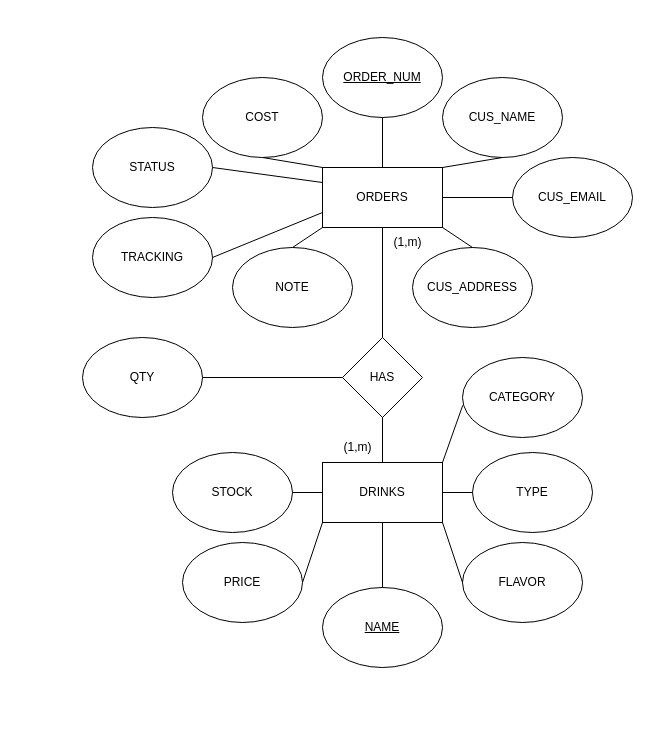
The draw.io diagram docs/WebsiteERDiagram.drawio in 466-team1/OptionalKarmotrine, before the edit. Source tidied: cells renumbered, new cells numbered last; positions are measured from the earlier drawing's top-left corner, leaving out a move shared by most shapes. Both pictures are drawn from the tidied source at 100%, with x=0, y=0 at pixel (82, 37).
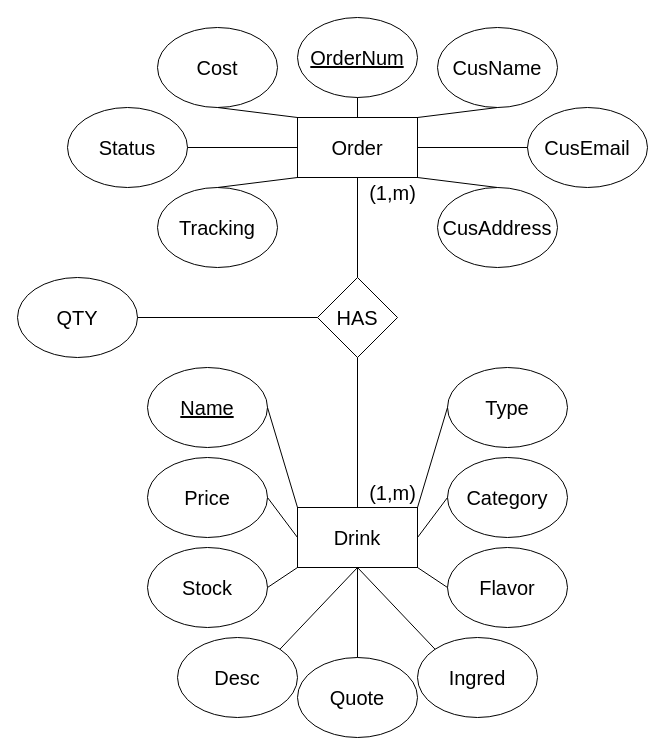
Above is the later version.

Commit message (it also covers changes not shown here):
Update database schema charts

Change to the diagram source:
```diff
@@
-    <mxCell id="2" value="&lt;u&gt;ORDER_NUM&lt;/u&gt;" style="ellipse;whiteSpace=wrap;html=1;" parent="1" vertex="1">
-      <mxGeometry x="240" width="120" height="80" as="geometry" />
+    <mxCell id="2" value="&lt;u style=&quot;font-size: 20px;&quot;&gt;OrderNum&lt;/u&gt;" style="ellipse;whiteSpace=wrap;html=1;fontSize=20;" parent="1" vertex="1">
+      <mxGeometry x="215" y="-20" width="120" height="80" as="geometry" />
     </mxCell>
-    <mxCell id="3" value="ORDERS" style="rounded=0;whiteSpace=wrap;html=1;" parent="1" vertex="1">
-      <mxGeometry x="240" y="130" width="120" height="60" as="geometry" />
+    <mxCell id="3" value="Order" style="rounded=0;whiteSpace=wrap;html=1;fontSize=20;" parent="1" vertex="1">
+      <mxGeometry x="215" y="80" width="120" height="60" as="geometry" />
     </mxCell>
-    <mxCell id="4" value="DRINKS" style="rounded=0;whiteSpace=wrap;html=1;" parent="1" vertex="1">
-      <mxGeometry x="240" y="425" width="120" height="60" as="geometry" />
+    <mxCell id="4" value="Drink" style="rounded=0;whiteSpace=wrap;html=1;fontSize=20;" parent="1" vertex="1">
+      <mxGeometry x="215" y="470" width="120" height="60" as="geometry" />
     </mxCell>
-    <mxCell id="5" value="&lt;u&gt;NAME&lt;/u&gt;" style="ellipse;whiteSpace=wrap;html=1;" parent="1" vertex="1">
-      <mxGeometry x="240" y="550" width="120" height="80" as="geometry" />
+    <mxCell id="5" value="&lt;u style=&quot;font-size: 20px;&quot;&gt;Name&lt;/u&gt;" style="ellipse;whiteSpace=wrap;html=1;fontSize=20;" parent="1" vertex="1">
+      <mxGeometry x="65" y="330" width="120" height="80" as="geometry" />
     </mxCell>
-    <mxCell id="6" style="endArrow=none;html=1;rounded=0;entryX=0;entryY=1;entryDx=0;entryDy=0;exitX=1;exitY=0.5;exitDx=0;exitDy=0;" parent="1" edge="1" source="36" target="4">
+    <mxCell id="6" style="endArrow=none;html=1;rounded=0;exitX=1;exitY=0.5;exitDx=0;exitDy=0;entryX=0;entryY=0;entryDx=0;entryDy=0;fontSize=20;" parent="1" edge="1" source="5" target="4">
       <mxGeometry relative="1" as="geometry" />
     </mxCell>
-    <mxCell id="7" style="endArrow=none;html=1;rounded=0;entryX=0.5;entryY=1;entryDx=0;entryDy=0;exitX=0.5;exitY=0;exitDx=0;exitDy=0;" parent="1" edge="1" source="3" target="2">
+    <mxCell id="7" style="endArrow=none;html=1;rounded=0;entryX=0.5;entryY=1;entryDx=0;entryDy=0;exitX=0.5;exitY=0;exitDx=0;exitDy=0;fontSize=20;" parent="1" edge="1" source="3" target="2">
       <mxGeometry relative="1" as="geometry" />
     </mxCell>
-    <mxCell id="8" value="HAS" style="rhombus;whiteSpace=wrap;html=1;" parent="1" vertex="1">
-      <mxGeometry x="260" y="300" width="80" height="80" as="geometry" />
+    <mxCell id="8" value="HAS" style="rhombus;whiteSpace=wrap;html=1;fontSize=20;" parent="1" vertex="1">
+      <mxGeometry x="235" y="240" width="80" height="80" as="geometry" />
     </mxCell>
-    <mxCell id="9" style="endArrow=none;html=1;rounded=0;entryX=0.5;entryY=1;entryDx=0;entryDy=0;exitX=0.5;exitY=0;exitDx=0;exitDy=0;" parent="1" edge="1" source="8" target="3">
+    <mxCell id="9" style="endArrow=none;html=1;rounded=0;entryX=0.5;entryY=1;entryDx=0;entryDy=0;exitX=0.5;exitY=0;exitDx=0;exitDy=0;fontSize=20;" parent="1" edge="1" source="8" target="3">
       <mxGeometry relative="1" as="geometry" />
     </mxCell>
-    <mxCell id="10" value="CUS_NAME" style="ellipse;whiteSpace=wrap;html=1;" parent="1" vertex="1">
-      <mxGeometry x="360" y="40" width="120" height="80" as="geometry" />
+    <mxCell id="10" value="CusName" style="ellipse;whiteSpace=wrap;html=1;fontSize=20;" parent="1" vertex="1">
+      <mxGeometry x="355" y="-10" width="120" height="80" as="geometry" />
     </mxCell>
-    <mxCell id="11" style="endArrow=none;html=1;rounded=0;entryX=0.5;entryY=1;entryDx=0;entryDy=0;exitX=0.5;exitY=0;exitDx=0;exitDy=0;" parent="1" edge="1" source="4" target="8">
+    <mxCell id="11" style="endArrow=none;html=1;rounded=0;entryX=0.5;entryY=1;entryDx=0;entryDy=0;exitX=0.5;exitY=0;exitDx=0;exitDy=0;fontSize=20;" parent="1" edge="1" source="4" target="8">
       <mxGeometry relative="1" as="geometry" />
     </mxCell>
-    <mxCell id="12" value="(1,m)" style="text;html=1;align=center;verticalAlign=middle;strokeColor=none;fillColor=none;" parent="1" vertex="1">
-      <mxGeometry x="300" y="190" width="50" height="30" as="geometry" />
+    <mxCell id="12" value="(1,m)" style="text;html=1;align=center;verticalAlign=middle;strokeColor=none;fillColor=none;fontSize=20;" parent="1" vertex="1">
+      <mxGeometry x="275" y="135" width="70" height="40" as="geometry" />
     </mxCell>
-    <mxCell id="13" value="(1,m)" style="text;html=1;align=center;verticalAlign=middle;strokeColor=none;fillColor=none;" parent="1" vertex="1">
-      <mxGeometry x="250" y="395" width="50" height="30" as="geometry" />
+    <mxCell id="13" value="(1,m)" style="text;html=1;align=center;verticalAlign=middle;strokeColor=none;fillColor=none;fontSize=20;" parent="1" vertex="1">
+      <mxGeometry x="275" y="435" width="70" height="40" as="geometry" />
     </mxCell>
-    <mxCell id="14" value="COST" style="ellipse;whiteSpace=wrap;html=1;" parent="1" vertex="1">
-      <mxGeometry x="120" y="40" width="120" height="80" as="geometry" />
+    <mxCell id="14" value="Cost" style="ellipse;whiteSpace=wrap;html=1;fontSize=20;" parent="1" vertex="1">
+      <mxGeometry x="75" y="-10" width="120" height="80" as="geometry" />
     </mxCell>
-    <mxCell id="15" value="STATUS" style="ellipse;whiteSpace=wrap;html=1;" parent="1" vertex="1">
-      <mxGeometry x="10" y="90" width="120" height="80" as="geometry" />
+    <mxCell id="15" value="Status" style="ellipse;whiteSpace=wrap;html=1;fontSize=20;" parent="1" vertex="1">
+      <mxGeometry x="-15" y="70" width="120" height="80" as="geometry" />
     </mxCell>
-    <mxCell id="16" style="endArrow=none;html=1;rounded=0;entryX=0;entryY=0.25;entryDx=0;entryDy=0;exitX=1;exitY=0.5;exitDx=0;exitDy=0;" parent="1" edge="1" source="15" target="3">
+    <mxCell id="16" style="endArrow=none;html=1;rounded=0;entryX=0;entryY=0.5;entryDx=0;entryDy=0;exitX=1;exitY=0.5;exitDx=0;exitDy=0;fontSize=20;" parent="1" edge="1" source="15" target="3">
       <mxGeometry relative="1" as="geometry" />
     </mxCell>
-    <mxCell id="17" style="endArrow=none;html=1;rounded=0;entryX=0;entryY=0;entryDx=0;entryDy=0;exitX=0.5;exitY=1;exitDx=0;exitDy=0;" parent="1" edge="1" source="14" target="3">
+    <mxCell id="17" style="endArrow=none;html=1;rounded=0;entryX=0;entryY=0;entryDx=0;entryDy=0;exitX=0.5;exitY=1;exitDx=0;exitDy=0;fontSize=20;" parent="1" edge="1" source="14" target="3">
       <mxGeometry relative="1" as="geometry" />
     </mxCell>
-    <mxCell id="18" value="TRACKING" style="ellipse;whiteSpace=wrap;html=1;" parent="1" vertex="1">
-      <mxGeometry x="10" y="180" width="120" height="80" as="geometry" />
+    <mxCell id="18" value="Tracking" style="ellipse;whiteSpace=wrap;html=1;fontSize=20;" parent="1" vertex="1">
+      <mxGeometry x="75" y="150" width="120" height="80" as="geometry" />
     </mxCell>
-    <mxCell id="19" style="endArrow=none;html=1;rounded=0;entryX=0;entryY=0.75;entryDx=0;entryDy=0;exitX=1;exitY=0.5;exitDx=0;exitDy=0;" parent="1" edge="1" source="18" target="3">
+    <mxCell id="19" style="endArrow=none;html=1;rounded=0;entryX=0;entryY=1;entryDx=0;entryDy=0;exitX=0.5;exitY=0;exitDx=0;exitDy=0;fontSize=20;" parent="1" edge="1" source="18" target="3">
       <mxGeometry relative="1" as="geometry" />
     </mxCell>
-    <mxCell id="20" value="CUS_ADDRESS" style="ellipse;whiteSpace=wrap;html=1;" parent="1" vertex="1">
-      <mxGeometry x="330" y="210" width="120" height="80" as="geometry" />
+    <mxCell id="20" value="CusAddress" style="ellipse;whiteSpace=wrap;html=1;fontSize=20;" parent="1" vertex="1">
+      <mxGeometry x="355" y="150" width="120" height="80" as="geometry" />
     </mxCell>
-    <mxCell id="21" style="endArrow=none;html=1;rounded=0;entryX=0.5;entryY=1;entryDx=0;entryDy=0;exitX=1;exitY=0;exitDx=0;exitDy=0;" parent="1" edge="1" source="3" target="10">
+    <mxCell id="21" style="endArrow=none;html=1;rounded=0;entryX=0.5;entryY=1;entryDx=0;entryDy=0;exitX=1;exitY=0;exitDx=0;exitDy=0;fontSize=20;" parent="1" edge="1" source="3" target="10">
       <mxGeometry relative="1" as="geometry" />
     </mxCell>
-    <mxCell id="22" value="CUS_EMAIL" style="ellipse;whiteSpace=wrap;html=1;" parent="1" vertex="1">
-      <mxGeometry x="430" y="120" width="120" height="80" as="geometry" />
+    <mxCell id="22" value="CusEmail" style="ellipse;whiteSpace=wrap;html=1;fontSize=20;" parent="1" vertex="1">
+      <mxGeometry x="445" y="70" width="120" height="80" as="geometry" />
     </mxCell>
-    <mxCell id="23" style="endArrow=none;html=1;rounded=0;entryX=0;entryY=0.5;entryDx=0;entryDy=0;exitX=1;exitY=0.5;exitDx=0;exitDy=0;" parent="1" edge="1" source="3" target="22">
+    <mxCell id="23" style="endArrow=none;html=1;rounded=0;entryX=0;entryY=0.5;entryDx=0;entryDy=0;exitX=1;exitY=0.5;exitDx=0;exitDy=0;fontSize=20;" parent="1" edge="1" source="3" target="22">
       <mxGeometry relative="1" as="geometry" />
     </mxCell>
-    <mxCell id="24" style="endArrow=none;html=1;rounded=0;entryX=0.5;entryY=0;entryDx=0;entryDy=0;exitX=1;exitY=1;exitDx=0;exitDy=0;" parent="1" edge="1" source="3" target="20">
+    <mxCell id="24" style="endArrow=none;html=1;rounded=0;entryX=0.5;entryY=0;entryDx=0;entryDy=0;exitX=1;exitY=1;exitDx=0;exitDy=0;fontSize=20;" parent="1" edge="1" source="3" target="20">
       <mxGeometry relative="1" as="geometry" />
     </mxCell>
-    <mxCell id="25" value="TYPE" style="ellipse;whiteSpace=wrap;html=1;" parent="1" vertex="1">
-      <mxGeometry x="390" y="415" width="120" height="80" as="geometry" />
+    <mxCell id="25" value="Type" style="ellipse;whiteSpace=wrap;html=1;fontSize=20;" parent="1" vertex="1">
+      <mxGeometry x="365" y="330" width="120" height="80" as="geometry" />
     </mxCell>
-    <mxCell id="26" value="FLAVOR" style="ellipse;whiteSpace=wrap;html=1;" parent="1" vertex="1">
-      <mxGeometry x="380" y="505" width="120" height="80" as="geometry" />
+    <mxCell id="26" value="Flavor" style="ellipse;whiteSpace=wrap;html=1;fontSize=20;" parent="1" vertex="1">
+      <mxGeometry x="365" y="510" width="120" height="80" as="geometry" />
     </mxCell>
-    <mxCell id="27" value="STOCK" style="ellipse;whiteSpace=wrap;html=1;" parent="1" vertex="1">
-      <mxGeometry x="90" y="415" width="120" height="80" as="geometry" />
+    <mxCell id="27" value="Price" style="ellipse;whiteSpace=wrap;html=1;fontSize=20;" parent="1" vertex="1">
+      <mxGeometry x="65" y="420" width="120" height="80" as="geometry" />
     </mxCell>
-    <mxCell id="28" style="endArrow=none;html=1;rounded=0;entryX=1;entryY=1;entryDx=0;entryDy=0;exitX=0;exitY=0.5;exitDx=0;exitDy=0;" parent="1" edge="1" source="26" target="4">
+    <mxCell id="28" style="endArrow=none;html=1;rounded=0;entryX=1;entryY=1;entryDx=0;entryDy=0;exitX=0;exitY=0.5;exitDx=0;exitDy=0;fontSize=20;" parent="1" edge="1" source="26" target="4">
       <mxGeometry relative="1" as="geometry" />
     </mxCell>
-    <mxCell id="29" style="endArrow=none;html=1;rounded=0;exitX=1;exitY=0.5;exitDx=0;exitDy=0;entryX=0;entryY=0.5;entryDx=0;entryDy=0;" parent="1" edge="1" source="27" target="4">
+    <mxCell id="29" style="endArrow=none;html=1;rounded=0;exitX=1;exitY=0.5;exitDx=0;exitDy=0;entryX=0;entryY=0.5;entryDx=0;entryDy=0;fontSize=20;" parent="1" edge="1" source="27" target="4">
       <mxGeometry relative="1" as="geometry" />
     </mxCell>
-    <mxCell id="30" style="endArrow=none;html=1;rounded=0;exitX=1;exitY=0.5;exitDx=0;exitDy=0;entryX=0;entryY=0.5;entryDx=0;entryDy=0;" parent="1" edge="1" source="4" target="25">
+    <mxCell id="30" style="endArrow=none;html=1;rounded=0;exitX=1;exitY=0;exitDx=0;exitDy=0;entryX=0;entryY=0.5;entryDx=0;entryDy=0;fontSize=20;" parent="1" edge="1" source="4" target="25">
       <mxGeometry relative="1" as="geometry" />
     </mxCell>
-    <mxCell id="31" value="QTY" style="ellipse;whiteSpace=wrap;html=1;" parent="1" vertex="1">
-      <mxGeometry y="300" width="120" height="80" as="geometry" />
+    <mxCell id="31" value="&lt;font style=&quot;font-size: 20px;&quot;&gt;QTY&lt;/font&gt;" style="ellipse;whiteSpace=wrap;html=1;fontSize=20;" parent="1" vertex="1">
+      <mxGeometry x="-65" y="240" width="120" height="80" as="geometry" />
     </mxCell>
-    <mxCell id="32" style="endArrow=none;html=1;rounded=0;entryX=0;entryY=0.5;entryDx=0;entryDy=0;exitX=1;exitY=0.5;exitDx=0;exitDy=0;" parent="1" edge="1" source="31" target="8">
+    <mxCell id="32" style="endArrow=none;html=1;rounded=0;entryX=0;entryY=0.5;entryDx=0;entryDy=0;exitX=1;exitY=0.5;exitDx=0;exitDy=0;fontSize=20;" parent="1" edge="1" source="31" target="8">
       <mxGeometry relative="1" as="geometry" />
     </mxCell>
+    <mxCell id="39" value="Stock" style="ellipse;whiteSpace=wrap;html=1;fontSize=20;" parent="1" vertex="1">
+      <mxGeometry x="65" y="510" width="120" height="80" as="geometry" />
+    </mxCell>
-    <mxCell id="33" style="endArrow=none;html=1;rounded=0;entryX=0.5;entryY=1;entryDx=0;entryDy=0;exitX=0.5;exitY=0;exitDx=0;exitDy=0;" parent="1" edge="1" source="5" target="4">
+    <mxCell id="33" style="endArrow=none;html=1;rounded=0;exitX=1;exitY=0.5;exitDx=0;exitDy=0;entryX=0;entryY=1;entryDx=0;entryDy=0;fontSize=20;" parent="1" edge="1" source="39" target="4">
       <mxGeometry relative="1" as="geometry" />
     </mxCell>
-    <mxCell id="34" value="NOTE" style="ellipse;whiteSpace=wrap;html=1;" parent="1" vertex="1">
-      <mxGeometry x="150" y="210" width="120" height="80" as="geometry" />
-    </mxCell>
-    <mxCell id="35" style="endArrow=none;html=1;rounded=0;entryX=0.5;entryY=0;entryDx=0;entryDy=0;" parent="1" edge="1" target="34">
-      <mxGeometry relative="1" as="geometry">
-        <mxPoint x="240" y="190" as="sourcePoint" />
-      </mxGeometry>
-    </mxCell>
-    <mxCell id="36" value="PRICE" style="ellipse;whiteSpace=wrap;html=1;" parent="1" vertex="1">
-      <mxGeometry x="100" y="505" width="120" height="80" as="geometry" />
-    </mxCell>
-    <mxCell id="37" value="CATEGORY" style="ellipse;whiteSpace=wrap;html=1;" parent="1" vertex="1">
-      <mxGeometry x="380" y="320" width="120" height="80" as="geometry" />
-    </mxCell>
-    <mxCell id="38" style="endArrow=none;html=1;rounded=0;exitX=1;exitY=0;exitDx=0;exitDy=0;entryX=0.002;entryY=0.598;entryDx=0;entryDy=0;entryPerimeter=0;" parent="1" edge="1" source="4" target="37">
-      <mxGeometry relative="1" as="geometry" />
-    </mxCell>
+    <mxCell id="40" value="Category" style="ellipse;whiteSpace=wrap;html=1;fontSize=20;" parent="1" vertex="1">
+      <mxGeometry x="365" y="420" width="120" height="80" as="geometry" />
+    </mxCell>
+    <mxCell id="41" value="Ingred" style="ellipse;whiteSpace=wrap;html=1;fontSize=20;" parent="1" vertex="1">
+      <mxGeometry x="335" y="600" width="120" height="80" as="geometry" />
+    </mxCell>
+    <mxCell id="42" value="Quote" style="ellipse;whiteSpace=wrap;html=1;fontSize=20;" parent="1" vertex="1">
+      <mxGeometry x="215" y="620" width="120" height="80" as="geometry" />
+    </mxCell>
+    <mxCell id="43" value="Desc" style="ellipse;whiteSpace=wrap;html=1;fontSize=20;" parent="1" vertex="1">
+      <mxGeometry x="95" y="600" width="120" height="80" as="geometry" />
+    </mxCell>
+    <mxCell id="44" style="endArrow=none;html=1;rounded=0;exitX=0;exitY=0.5;exitDx=0;exitDy=0;entryX=1;entryY=0.5;entryDx=0;entryDy=0;fontSize=20;" parent="1" edge="1" source="40" target="4">
+      <mxGeometry relative="1" as="geometry" />
+    </mxCell>
+    <mxCell id="45" style="endArrow=none;html=1;rounded=0;exitX=1;exitY=0;exitDx=0;exitDy=0;entryX=0.5;entryY=1;entryDx=0;entryDy=0;fontSize=20;" parent="1" edge="1" source="43" target="4">
+      <mxGeometry relative="1" as="geometry" />
+    </mxCell>
+    <mxCell id="46" style="endArrow=none;html=1;rounded=0;exitX=0.5;exitY=1;exitDx=0;exitDy=0;entryX=0.5;entryY=0;entryDx=0;entryDy=0;fontSize=20;" parent="1" edge="1" source="4" target="42">
+      <mxGeometry relative="1" as="geometry" />
+    </mxCell>
+    <mxCell id="47" style="endArrow=none;html=1;rounded=0;exitX=0.5;exitY=1;exitDx=0;exitDy=0;entryX=0;entryY=0;entryDx=0;entryDy=0;fontSize=20;" parent="1" edge="1" source="4" target="41">
+      <mxGeometry relative="1" as="geometry" />
+    </mxCell>
```
